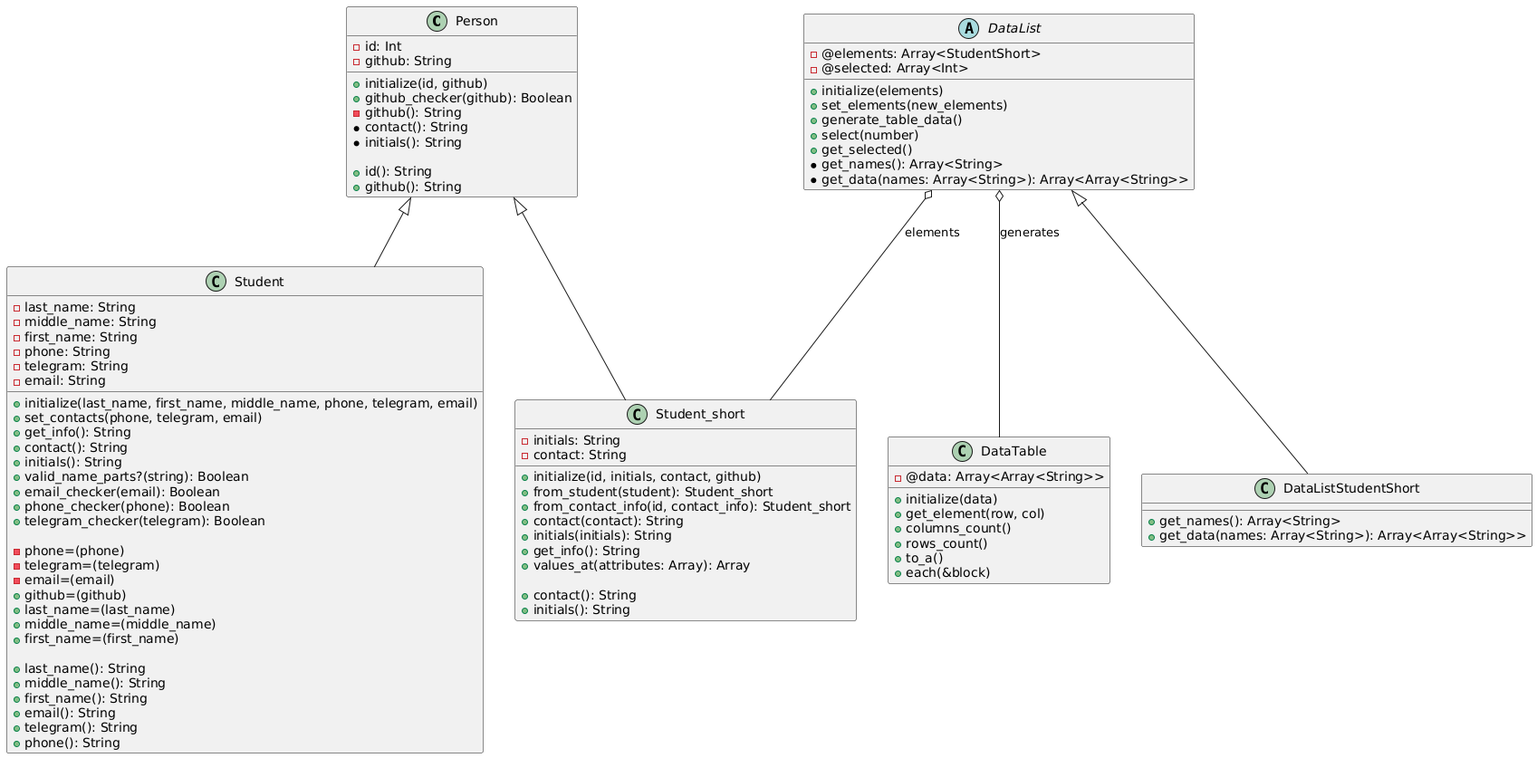
The PlantUML diagram Models_class/diagram.png in temawm/patterns, before a commit.
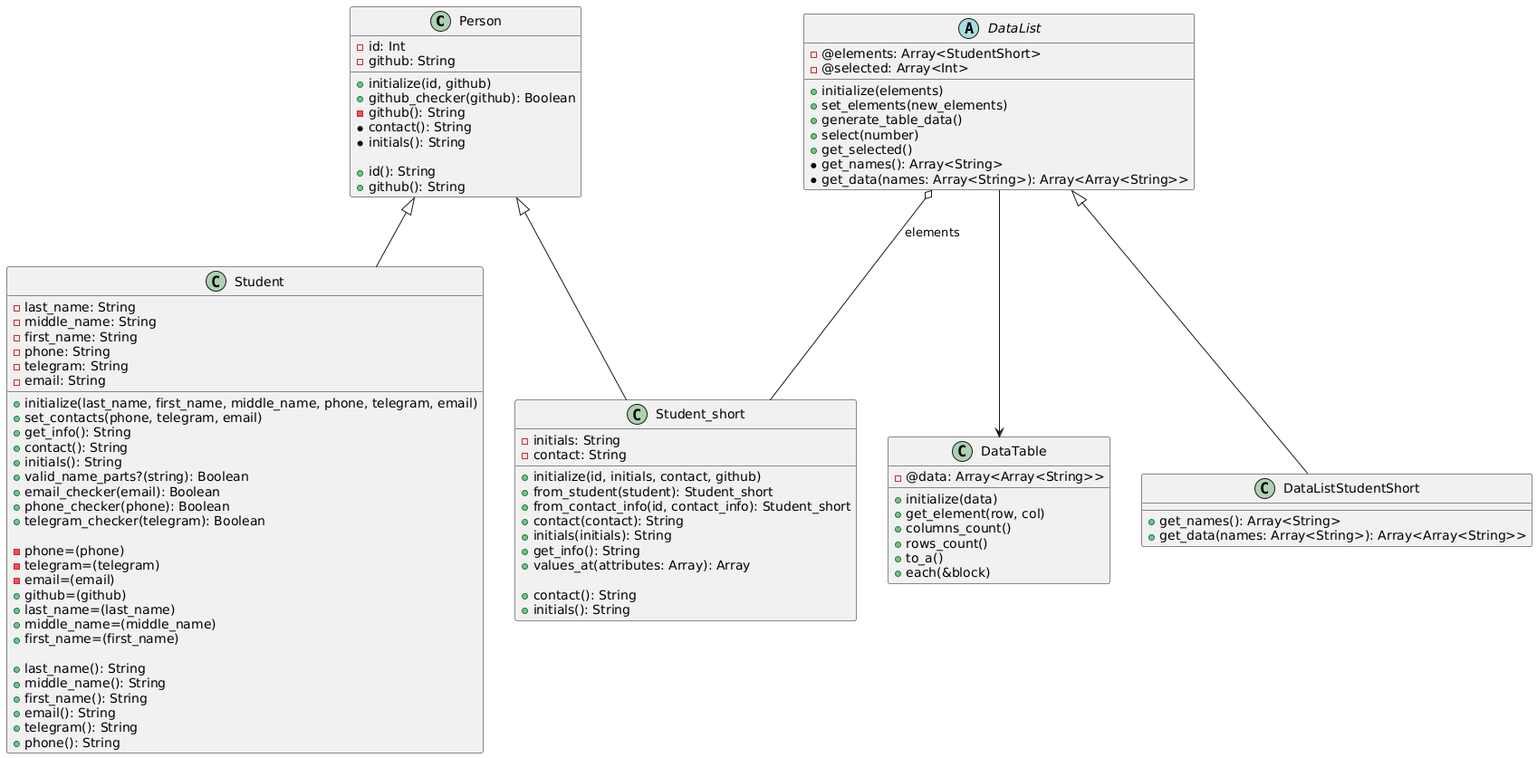
Later version of the same file.

The edit, as a diff of the source:
```diff
@@ -91,6 +91,6 @@
 }
 
 DataList <|-- DataListStudentShort
-DataList o-- DataTable : "generates"
+DataList --> DataTable
 DataList o-- Student_short : "elements"
 @enduml
```
